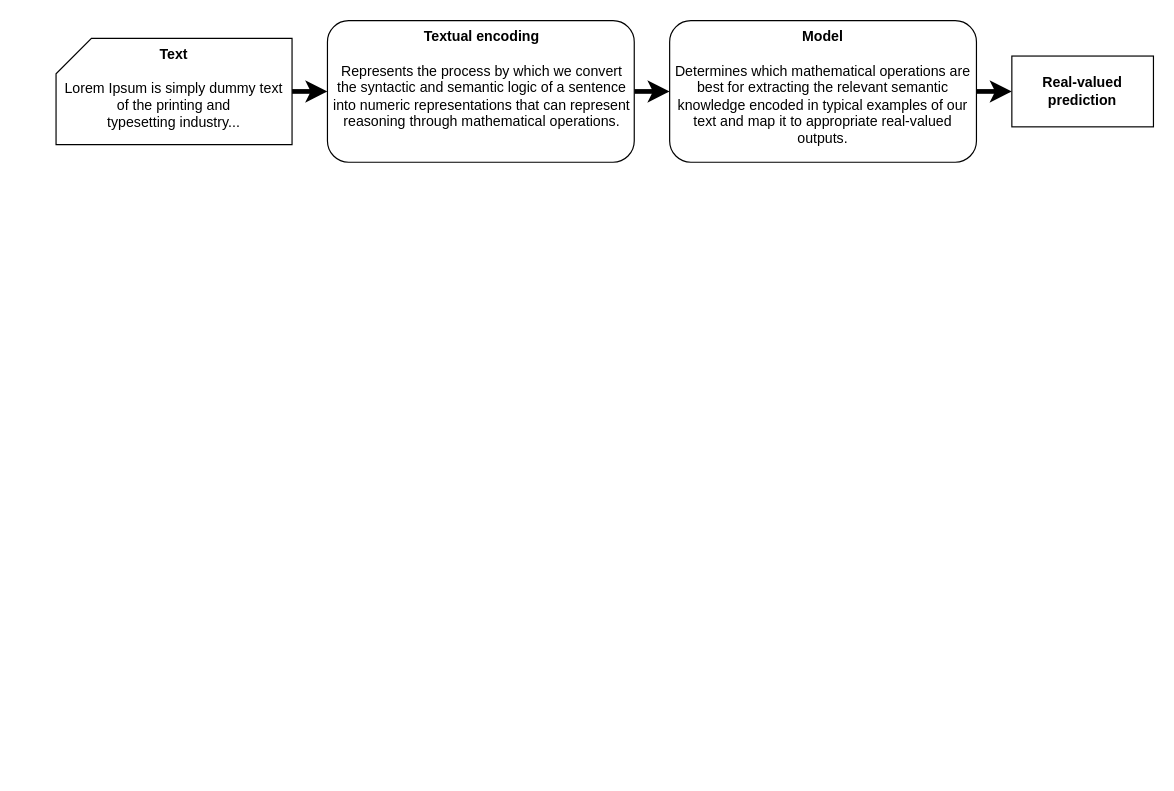
Earlier version of the draw.io diagram mini_project_1/Mini_project_1_diagrams.drawio (Llamrei/phd_diagrams). Source tidied: cells renumbered, new cells numbered last; positions are measured from the earlier drawing's top-left corner, leaving out a move shared by most shapes. Both pictures are drawn from the tidied source at 118%, with x=0, y=0 at pixel (55, 20).
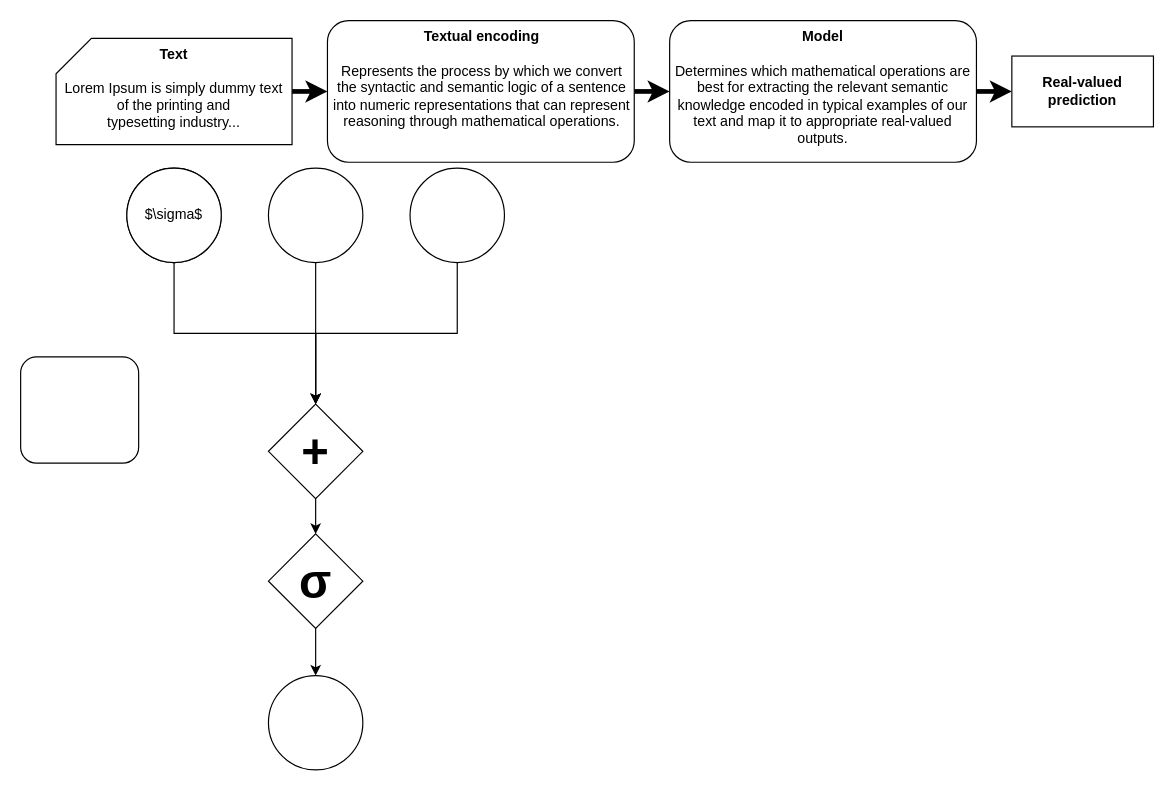
After the change.

The edit, as a diff of the source:
```diff
@@
+    <mxCell id="9" style="ellipse;whiteSpace=wrap;html=1;" parent="1" vertex="1">
+      <mxGeometry x="180" y="555" width="80" height="80" as="geometry" />
+    </mxCell>
+    <mxCell id="10" style="edgeStyle=orthogonalEdgeStyle;rounded=0;jettySize=auto;html=1;exitX=0.5;exitY=1;exitDx=0;exitDy=0;" parent="1" edge="1" source="11" target="17">
+      <mxGeometry relative="1" as="geometry" />
+    </mxCell>
+    <mxCell id="11" value="&lt;br&gt;&lt;div&gt;&lt;br&gt;&lt;/div&gt;&lt;div&gt;&lt;br&gt;&lt;/div&gt;" style="ellipse;whiteSpace=wrap;html=1;" parent="1" vertex="1">
+      <mxGeometry x="60" y="125" width="80" height="80" as="geometry" />
+    </mxCell>
+    <mxCell id="12" style="edgeStyle=orthogonalEdgeStyle;rounded=0;jettySize=auto;html=1;exitX=0.5;exitY=1;exitDx=0;exitDy=0;entryX=0.5;entryY=0;entryDx=0;entryDy=0;" parent="1" edge="1" source="13" target="17">
+      <mxGeometry relative="1" as="geometry" />
+    </mxCell>
+    <mxCell id="13" style="ellipse;whiteSpace=wrap;html=1;" parent="1" vertex="1">
+      <mxGeometry x="180" y="125" width="80" height="80" as="geometry" />
+    </mxCell>
+    <mxCell id="14" style="edgeStyle=orthogonalEdgeStyle;rounded=0;jettySize=auto;html=1;exitX=0.5;exitY=1;exitDx=0;exitDy=0;entryX=0.5;entryY=0;entryDx=0;entryDy=0;" parent="1" edge="1" source="15" target="17">
+      <mxGeometry relative="1" as="geometry" />
+    </mxCell>
+    <mxCell id="15" style="ellipse;whiteSpace=wrap;html=1;" parent="1" vertex="1">
+      <mxGeometry x="300" y="125" width="80" height="80" as="geometry" />
+    </mxCell>
+    <mxCell id="16" style="edgeStyle=orthogonalEdgeStyle;rounded=0;jettySize=auto;html=1;exitX=0.5;exitY=1;exitDx=0;exitDy=0;" parent="1" edge="1" source="17" target="19">
+      <mxGeometry relative="1" as="geometry" />
+    </mxCell>
+    <mxCell id="17" value="&lt;font style=&quot;font-size: 40px&quot;&gt;&lt;b&gt;+&lt;/b&gt;&lt;/font&gt;" style="rhombus;whiteSpace=wrap;html=1;" parent="1" vertex="1">
+      <mxGeometry x="180" y="325" width="80" height="80" as="geometry" />
+    </mxCell>
+    <mxCell id="18" style="edgeStyle=orthogonalEdgeStyle;rounded=0;jettySize=auto;html=1;exitX=0.5;exitY=1;exitDx=0;exitDy=0;" parent="1" edge="1" source="19" target="9">
+      <mxGeometry relative="1" as="geometry" />
+    </mxCell>
+    <mxCell id="19" value="&lt;font style=&quot;font-size: 40px&quot;&gt;&lt;span class=&quot;ILfuVd&quot;&gt;&lt;span class=&quot;hgKElc&quot;&gt;&lt;b&gt;σ&lt;/b&gt;&lt;/span&gt;&lt;/span&gt;&lt;/font&gt;" style="rhombus;whiteSpace=wrap;html=1;" parent="1" vertex="1">
+      <mxGeometry x="180" y="435" width="80" height="80" as="geometry" />
+    </mxCell>
+    <mxCell id="20" style="rounded=1;whiteSpace=wrap;html=1;" parent="1" vertex="1">
+      <mxGeometry x="-30" y="285" width="100" height="90" as="geometry" />
+    </mxCell>
+    <mxCell id="21" value="$\sigma$" style="ellipse;whiteSpace=wrap;html=1;" parent="1" vertex="1">
+      <mxGeometry x="60" y="125" width="80" height="80" as="geometry" />
+    </mxCell>
```
